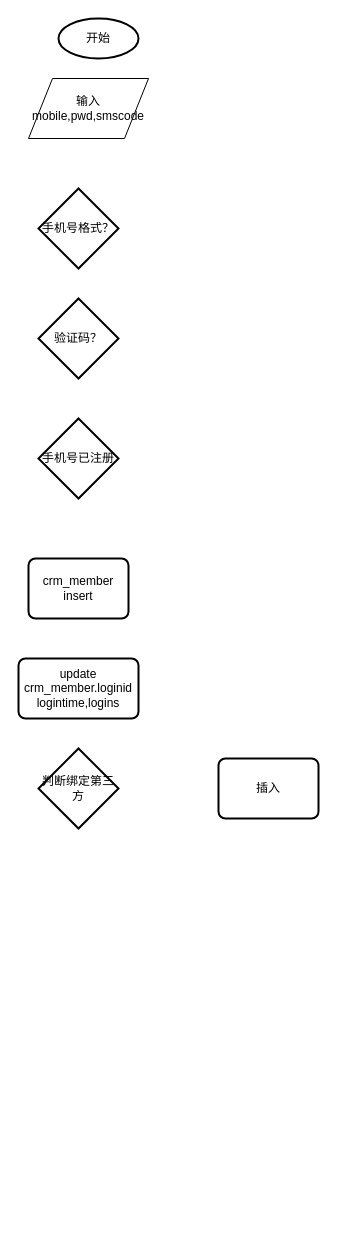
This is 注册.drawio from xiaoliuit/demo, a draw.io file, before an edit. Source tidied: cells renumbered, new cells numbered last; positions are measured from the earlier drawing's top-left corner, leaving out a move shared by most shapes. Both pictures are drawn from the tidied source at 100%, with x=0, y=0 at pixel (18, 18).
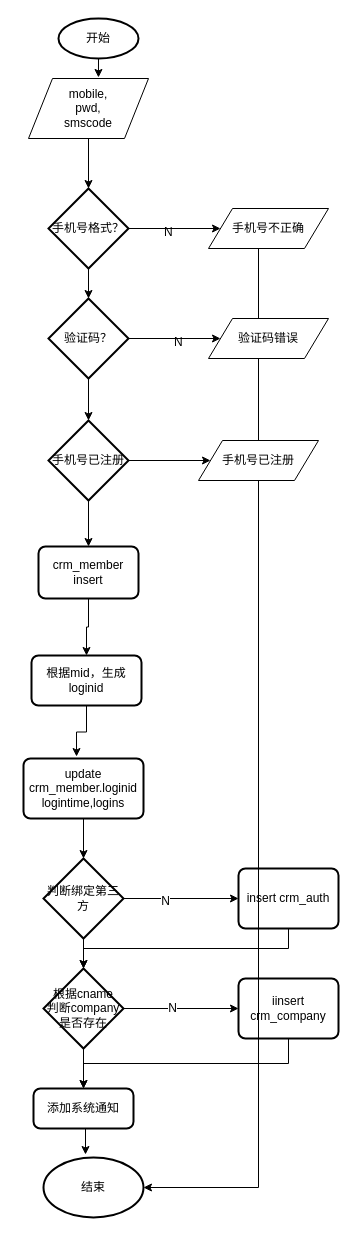
The same page after the edit.

The change refers to these unchanged cells:
```xml
<mxCell id="2" value="开始" style="strokeWidth=2;html=1;shape=mxgraph.flowchart.start_1;whiteSpace=wrap;" parent="1" vertex="1">
  <mxGeometry x="40" width="80" height="40" as="geometry" />
</mxCell>
```

Change to the diagram source:
```diff
@@
+    <mxCell id="11" style="edgeStyle=orthogonalEdgeStyle;rounded=0;jettySize=auto;html=1;exitX=0.5;exitY=1;exitDx=0;exitDy=0;exitPerimeter=0;entryX=0.583;entryY=-0.017;entryDx=0;entryDy=0;entryPerimeter=0;" parent="1" edge="1" source="2" target="3">
+      <mxGeometry relative="1" as="geometry" />
+    </mxCell>
@@
+    <mxCell id="12" style="edgeStyle=orthogonalEdgeStyle;rounded=0;jettySize=auto;html=1;entryX=0.5;entryY=0;entryDx=0;entryDy=0;entryPerimeter=0;" parent="1" edge="1" source="3" target="4">
+      <mxGeometry relative="1" as="geometry" />
+    </mxCell>
-    <mxCell id="3" value="输入mobile,pwd,smscode" style="shape=parallelogram;perimeter=parallelogramPerimeter;whiteSpace=wrap;html=1;" parent="1" vertex="1">
+    <mxCell id="3" value="mobile,&lt;br&gt;pwd,&lt;br&gt;smscode" style="shape=parallelogram;perimeter=parallelogramPerimeter;whiteSpace=wrap;html=1;" parent="1" vertex="1">
       <mxGeometry x="10" y="60" width="120" height="60" as="geometry" />
     </mxCell>
+    <mxCell id="13" style="edgeStyle=orthogonalEdgeStyle;rounded=0;jettySize=auto;html=1;exitX=0.5;exitY=1;exitDx=0;exitDy=0;exitPerimeter=0;entryX=0.5;entryY=0;entryDx=0;entryDy=0;entryPerimeter=0;" parent="1" edge="1" source="4" target="5">
+      <mxGeometry relative="1" as="geometry" />
+    </mxCell>
+    <mxCell id="14" style="edgeStyle=orthogonalEdgeStyle;rounded=0;jettySize=auto;html=1;exitX=1;exitY=0.5;exitDx=0;exitDy=0;exitPerimeter=0;entryX=0;entryY=0.5;entryDx=0;entryDy=0;" parent="1" edge="1" source="4" target="37">
+      <mxGeometry relative="1" as="geometry" />
+    </mxCell>
     <mxCell id="4" value="手机号格式？" style="strokeWidth=2;html=1;shape=mxgraph.flowchart.decision;whiteSpace=wrap;" parent="1" vertex="1">
-      <mxGeometry x="20" y="170" width="80" height="80" as="geometry" />
+      <mxGeometry x="30" y="170" width="80" height="80" as="geometry" />
     </mxCell>
+    <mxCell id="15" style="edgeStyle=orthogonalEdgeStyle;rounded=0;jettySize=auto;html=1;exitX=0.5;exitY=1;exitDx=0;exitDy=0;exitPerimeter=0;entryX=0.5;entryY=0;entryDx=0;entryDy=0;entryPerimeter=0;" parent="1" edge="1" source="5" target="6">
+      <mxGeometry relative="1" as="geometry" />
+    </mxCell>
+    <mxCell id="16" style="edgeStyle=orthogonalEdgeStyle;rounded=0;jettySize=auto;html=1;exitX=1;exitY=0.5;exitDx=0;exitDy=0;exitPerimeter=0;" parent="1" edge="1" source="5" target="38">
+      <mxGeometry relative="1" as="geometry" />
+    </mxCell>
     <mxCell id="5" value="验证码？" style="strokeWidth=2;html=1;shape=mxgraph.flowchart.decision;whiteSpace=wrap;" parent="1" vertex="1">
-      <mxGeometry x="20" y="280" width="80" height="80" as="geometry" />
+      <mxGeometry x="30" y="280" width="80" height="80" as="geometry" />
     </mxCell>
+    <mxCell id="17" style="edgeStyle=orthogonalEdgeStyle;rounded=0;jettySize=auto;html=1;exitX=0.5;exitY=1;exitDx=0;exitDy=0;exitPerimeter=0;entryX=0.5;entryY=0;entryDx=0;entryDy=0;" parent="1" edge="1" source="6" target="7">
+      <mxGeometry relative="1" as="geometry" />
+    </mxCell>
+    <mxCell id="18" style="edgeStyle=orthogonalEdgeStyle;rounded=0;jettySize=auto;html=1;exitX=1;exitY=0.5;exitDx=0;exitDy=0;exitPerimeter=0;entryX=0;entryY=0.5;entryDx=0;entryDy=0;" parent="1" edge="1" source="6" target="41">
+      <mxGeometry relative="1" as="geometry" />
+    </mxCell>
     <mxCell id="6" value="手机号已注册" style="strokeWidth=2;html=1;shape=mxgraph.flowchart.decision;whiteSpace=wrap;" parent="1" vertex="1">
-      <mxGeometry x="20" y="400" width="80" height="80" as="geometry" />
+      <mxGeometry x="30" y="402" width="80" height="80" as="geometry" />
     </mxCell>
+    <mxCell id="19" style="edgeStyle=orthogonalEdgeStyle;rounded=0;jettySize=auto;html=1;" parent="1" edge="1" source="7" target="32">
+      <mxGeometry relative="1" as="geometry" />
+    </mxCell>
     <mxCell id="7" value="crm_member&lt;br&gt;insert&lt;br&gt;" style="rounded=1;whiteSpace=wrap;html=1;absoluteArcSize=1;arcSize=14;strokeWidth=2;" parent="1" vertex="1">
-      <mxGeometry x="10" y="540" width="100" height="60" as="geometry" />
+      <mxGeometry x="20" y="528" width="100" height="52" as="geometry" />
     </mxCell>
+    <mxCell id="20" style="edgeStyle=orthogonalEdgeStyle;rounded=0;jettySize=auto;html=1;entryX=0.5;entryY=0;entryDx=0;entryDy=0;entryPerimeter=0;" parent="1" edge="1" source="8" target="9">
+      <mxGeometry relative="1" as="geometry" />
+    </mxCell>
     <mxCell id="8" value="update crm_member.loginid&lt;br&gt;logintime,logins&lt;br&gt;" style="rounded=1;whiteSpace=wrap;html=1;absoluteArcSize=1;arcSize=14;strokeWidth=2;" parent="1" vertex="1">
-      <mxGeometry y="640" width="120" height="60" as="geometry" />
+      <mxGeometry x="5" y="740" width="120" height="60" as="geometry" />
     </mxCell>
+    <mxCell id="21" style="edgeStyle=orthogonalEdgeStyle;rounded=0;jettySize=auto;html=1;exitX=0.5;exitY=1;exitDx=0;exitDy=0;exitPerimeter=0;entryX=0.5;entryY=0;entryDx=0;entryDy=0;entryPerimeter=0;" parent="1" edge="1" source="9" target="28">
+      <mxGeometry relative="1" as="geometry" />
+    </mxCell>
+    <mxCell id="22" style="edgeStyle=orthogonalEdgeStyle;rounded=0;jettySize=auto;html=1;exitX=1;exitY=0.5;exitDx=0;exitDy=0;exitPerimeter=0;" parent="1" edge="1" source="9" target="10">
+      <mxGeometry relative="1" as="geometry" />
+    </mxCell>
+    <mxCell id="23" value="N" style="text;html=1;align=center;verticalAlign=middle;labelBackgroundColor=#ffffff;" parent="22" vertex="1">
+      <mxGeometry x="-0.29" y="-2" relative="1" as="geometry" />
+    </mxCell>
     <mxCell id="9" value="判断绑定第三方" style="strokeWidth=2;html=1;shape=mxgraph.flowchart.decision;whiteSpace=wrap;" parent="1" vertex="1">
-      <mxGeometry x="20" y="730" width="80" height="80" as="geometry" />
+      <mxGeometry x="25" y="840" width="80" height="80" as="geometry" />
     </mxCell>
+    <mxCell id="24" style="edgeStyle=orthogonalEdgeStyle;rounded=0;jettySize=auto;html=1;exitX=0.5;exitY=1;exitDx=0;exitDy=0;entryX=0.5;entryY=0;entryDx=0;entryDy=0;entryPerimeter=0;" parent="1" edge="1" source="10" target="28">
+      <mxGeometry relative="1" as="geometry" />
+    </mxCell>
-    <mxCell id="10" value="插入" style="rounded=1;whiteSpace=wrap;html=1;absoluteArcSize=1;arcSize=14;strokeWidth=2;" parent="1" vertex="1">
-      <mxGeometry x="200" y="740" width="100" height="60" as="geometry" />
+    <mxCell id="10" value="insert crm_auth" style="rounded=1;whiteSpace=wrap;html=1;absoluteArcSize=1;arcSize=14;strokeWidth=2;" parent="1" vertex="1">
+      <mxGeometry x="220" y="850" width="100" height="60" as="geometry" />
     </mxCell>
+    <mxCell id="25" style="edgeStyle=orthogonalEdgeStyle;rounded=0;jettySize=auto;html=1;exitX=1;exitY=0.5;exitDx=0;exitDy=0;exitPerimeter=0;entryX=0;entryY=0.5;entryDx=0;entryDy=0;" parent="1" edge="1" source="28" target="30">
+      <mxGeometry relative="1" as="geometry" />
+    </mxCell>
+    <mxCell id="26" value="N" style="text;html=1;align=center;verticalAlign=middle;labelBackgroundColor=#ffffff;" parent="25" vertex="1">
+      <mxGeometry x="-0.17" y="1" relative="1" as="geometry" />
+    </mxCell>
+    <mxCell id="27" style="edgeStyle=orthogonalEdgeStyle;rounded=0;jettySize=auto;html=1;exitX=0.5;exitY=1;exitDx=0;exitDy=0;exitPerimeter=0;entryX=0.5;entryY=0;entryDx=0;entryDy=0;" parent="1" edge="1" source="28" target="34">
+      <mxGeometry relative="1" as="geometry" />
+    </mxCell>
+    <mxCell id="28" value="根据cname&lt;br&gt;判断company是否存在" style="strokeWidth=2;html=1;shape=mxgraph.flowchart.decision;whiteSpace=wrap;" parent="1" vertex="1">
+      <mxGeometry x="25" y="950" width="80" height="80" as="geometry" />
+    </mxCell>
+    <mxCell id="29" style="edgeStyle=orthogonalEdgeStyle;rounded=0;jettySize=auto;html=1;exitX=0.5;exitY=1;exitDx=0;exitDy=0;entryX=0.5;entryY=0;entryDx=0;entryDy=0;" parent="1" edge="1" source="30" target="34">
+      <mxGeometry relative="1" as="geometry" />
+    </mxCell>
+    <mxCell id="30" value="iinsert crm_company" style="rounded=1;whiteSpace=wrap;html=1;absoluteArcSize=1;arcSize=14;strokeWidth=2;" parent="1" vertex="1">
+      <mxGeometry x="220" y="960" width="100" height="60" as="geometry" />
+    </mxCell>
+    <mxCell id="31" style="edgeStyle=orthogonalEdgeStyle;rounded=0;jettySize=auto;html=1;exitX=0.5;exitY=1;exitDx=0;exitDy=0;entryX=0.442;entryY=-0.033;entryDx=0;entryDy=0;entryPerimeter=0;" parent="1" edge="1" source="32" target="8">
+      <mxGeometry relative="1" as="geometry" />
+    </mxCell>
+    <mxCell id="32" value="根据mid，生成loginid" style="rounded=1;whiteSpace=wrap;html=1;absoluteArcSize=1;arcSize=14;strokeWidth=2;" parent="1" vertex="1">
+      <mxGeometry x="13" y="637" width="110" height="50" as="geometry" />
+    </mxCell>
+    <mxCell id="33" style="edgeStyle=orthogonalEdgeStyle;rounded=0;jettySize=auto;html=1;exitX=0.5;exitY=1;exitDx=0;exitDy=0;entryX=0.42;entryY=-0.05;entryDx=0;entryDy=0;entryPerimeter=0;" parent="1" edge="1" source="34" target="35">
+      <mxGeometry relative="1" as="geometry" />
+    </mxCell>
+    <mxCell id="34" value="添加系统通知" style="rounded=1;whiteSpace=wrap;html=1;absoluteArcSize=1;arcSize=14;strokeWidth=2;" parent="1" vertex="1">
+      <mxGeometry x="15" y="1070" width="100" height="40" as="geometry" />
+    </mxCell>
+    <mxCell id="35" value="结束" style="strokeWidth=2;html=1;shape=mxgraph.flowchart.start_1;whiteSpace=wrap;" parent="1" vertex="1">
+      <mxGeometry x="25" y="1139" width="100" height="60" as="geometry" />
+    </mxCell>
+    <mxCell id="36" style="edgeStyle=orthogonalEdgeStyle;rounded=0;jettySize=auto;html=1;exitX=1;exitY=0.5;exitDx=0;exitDy=0;entryX=1;entryY=0.5;entryDx=0;entryDy=0;entryPerimeter=0;" parent="1" edge="1" source="37" target="35">
+      <mxGeometry relative="1" as="geometry">
+        <Array as="points">
+          <mxPoint x="240" y="210" />
+          <mxPoint x="240" y="1169" />
+        </Array>
+      </mxGeometry>
+    </mxCell>
+    <mxCell id="37" value="手机号不正确" style="shape=parallelogram;perimeter=parallelogramPerimeter;whiteSpace=wrap;html=1;" parent="1" vertex="1">
+      <mxGeometry x="190" y="190" width="120" height="40" as="geometry" />
+    </mxCell>
+    <mxCell id="38" value="验证码错误" style="shape=parallelogram;perimeter=parallelogramPerimeter;whiteSpace=wrap;html=1;" parent="1" vertex="1">
+      <mxGeometry x="190" y="300" width="120" height="40" as="geometry" />
+    </mxCell>
+    <mxCell id="39" value="N" style="text;html=1;align=left;verticalAlign=top;spacingTop=-4;" parent="1" vertex="1">
+      <mxGeometry x="144" y="204" width="20" height="20" as="geometry" />
+    </mxCell>
+    <mxCell id="40" value="N" style="text;html=1;align=left;verticalAlign=top;spacingTop=-4;" parent="1" vertex="1">
+      <mxGeometry x="154" y="314" width="20" height="20" as="geometry" />
+    </mxCell>
+    <mxCell id="41" value="手机号已注册" style="shape=parallelogram;perimeter=parallelogramPerimeter;whiteSpace=wrap;html=1;" parent="1" vertex="1">
+      <mxGeometry x="180" y="422" width="120" height="40" as="geometry" />
+    </mxCell>
```
